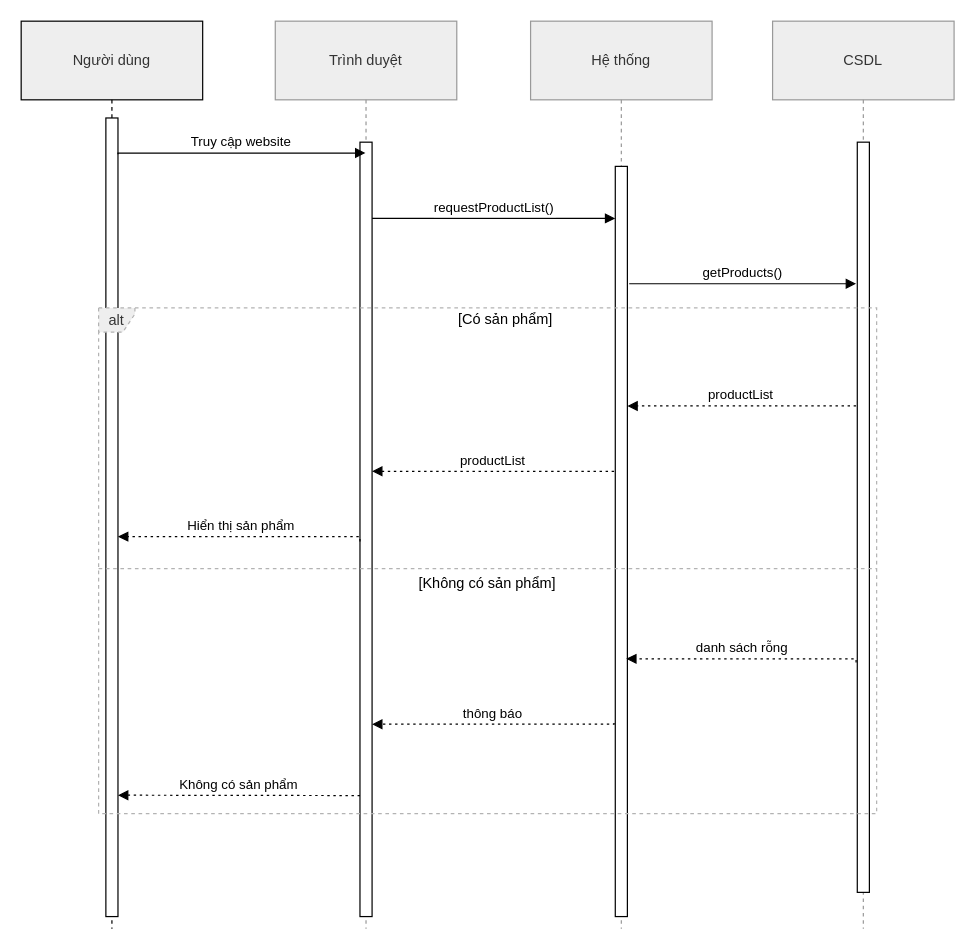
Above: page "Page-1" (1 of 2) of Untitled Diagram.drawio in HieuAI/THPTHTTTNT (draw.io), before the change. Source tidied: cells renumbered, new cells numbered last; positions are measured from the earlier drawing's top-left corner, leaving out a move shared by most shapes. Both pictures are drawn from the tidied source at 121%, with x=0, y=0 at pixel (21, 21).
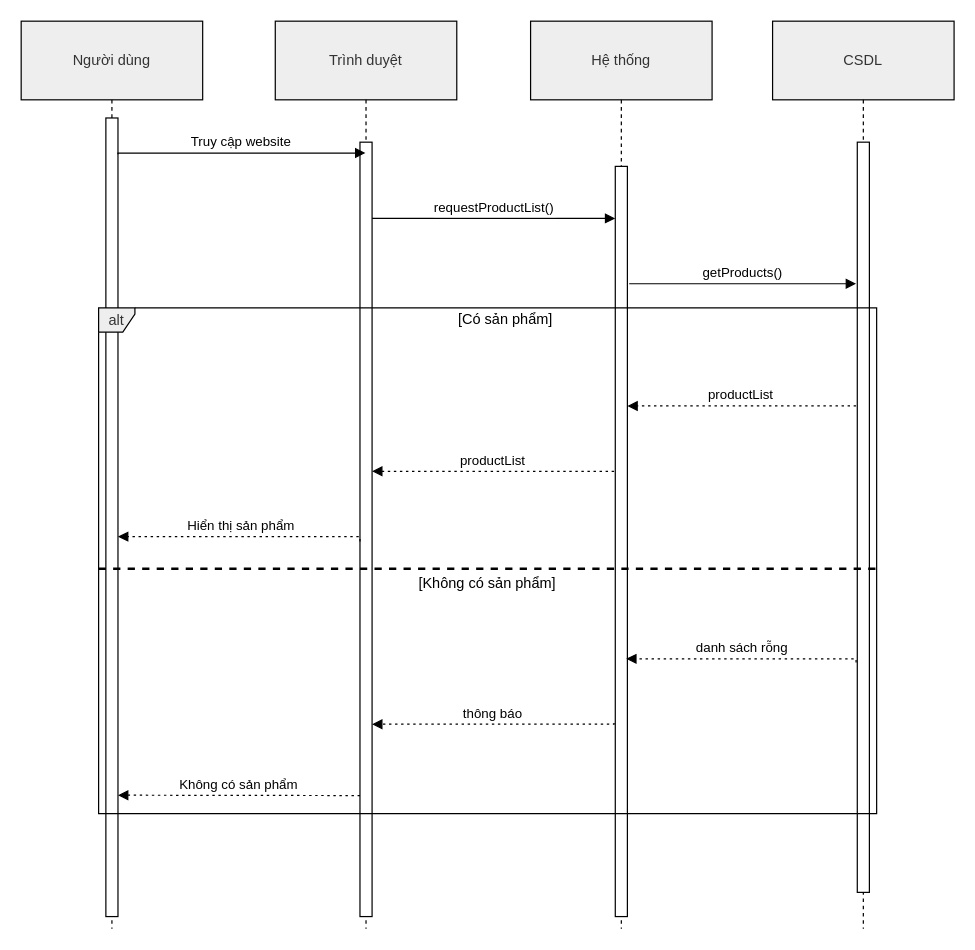
Above is the later version.

The edit, as a diff of the source:
```diff
@@
-    <mxCell id="2" value="Người dùng" style="shape=umlLifeline;perimeter=lifelinePerimeter;whiteSpace=wrap;newEdgeStyle={&quot;edgeStyle&quot;:&quot;elbowEdgeStyle&quot;,&quot;elbow&quot;:&quot;vertical&quot;,&quot;curved&quot;:0,&quot;rounded&quot;:0};size=65;fillColor=light-dark(#eeeeee,#1f2020);strokeColor=default;fontColor=light-dark(#333333,#cccccc);strokeWidth=1;" parent="1" vertex="1">
+    <mxCell id="2" value="Người dùng" style="shape=umlLifeline;perimeter=lifelinePerimeter;whiteSpace=wrap;newEdgeStyle={&quot;edgeStyle&quot;:&quot;elbowEdgeStyle&quot;,&quot;elbow&quot;:&quot;vertical&quot;,&quot;curved&quot;:0,&quot;rounded&quot;:0};size=65;fillColor=light-dark(#eeeeee,#1f2020);strokeColor=#000000;fontColor=light-dark(#333333,#cccccc);strokeWidth=1;" parent="1" vertex="1">
       <mxGeometry width="150" height="750" as="geometry" />
     </mxCell>
@@
-    <mxCell id="4" value="Trình duyệt" style="shape=umlLifeline;perimeter=lifelinePerimeter;whiteSpace=wrap;outlineConnect=0;portConstraint=eastwest;newEdgeStyle={&quot;edgeStyle&quot;:&quot;elbowEdgeStyle&quot;,&quot;elbow&quot;:&quot;vertical&quot;,&quot;curved&quot;:0,&quot;rounded&quot;:0};size=65;fillColor=light-dark(#eeeeee,#1f2020);strokeColor=light-dark(#999999,#cccccc);fontColor=light-dark(#333333,#cccccc);" parent="1" vertex="1">
+    <mxCell id="4" value="Trình duyệt" style="shape=umlLifeline;perimeter=lifelinePerimeter;whiteSpace=wrap;outlineConnect=0;portConstraint=eastwest;newEdgeStyle={&quot;edgeStyle&quot;:&quot;elbowEdgeStyle&quot;,&quot;elbow&quot;:&quot;vertical&quot;,&quot;curved&quot;:0,&quot;rounded&quot;:0};size=65;fillColor=light-dark(#eeeeee,#1f2020);strokeColor=light-dark(#000000,#CCCCCC);fontColor=light-dark(#333333,#cccccc);" parent="1" vertex="1">
       <mxGeometry x="210" width="150" height="750" as="geometry" />
     </mxCell>
@@
-    <mxCell id="6" value="Hệ thống" style="shape=umlLifeline;perimeter=lifelinePerimeter;whiteSpace=wrap;newEdgeStyle={&quot;edgeStyle&quot;:&quot;elbowEdgeStyle&quot;,&quot;elbow&quot;:&quot;vertical&quot;,&quot;curved&quot;:0,&quot;rounded&quot;:0};size=65;fillColor=light-dark(#eeeeee,#1f2020);strokeColor=light-dark(#999999,#cccccc);fontColor=light-dark(#333333,#cccccc);" parent="1" vertex="1">
+    <mxCell id="6" value="Hệ thống" style="shape=umlLifeline;perimeter=lifelinePerimeter;whiteSpace=wrap;newEdgeStyle={&quot;edgeStyle&quot;:&quot;elbowEdgeStyle&quot;,&quot;elbow&quot;:&quot;vertical&quot;,&quot;curved&quot;:0,&quot;rounded&quot;:0};size=65;fillColor=light-dark(#eeeeee,#1f2020);strokeColor=light-dark(#000000,#CCCCCC);fontColor=light-dark(#333333,#cccccc);" parent="1" vertex="1">
       <mxGeometry x="421" width="150" height="750" as="geometry" />
     </mxCell>
@@
-    <mxCell id="8" value="CSDL" style="shape=umlLifeline;perimeter=lifelinePerimeter;whiteSpace=wrap;newEdgeStyle={&quot;edgeStyle&quot;:&quot;elbowEdgeStyle&quot;,&quot;elbow&quot;:&quot;vertical&quot;,&quot;curved&quot;:0,&quot;rounded&quot;:0};size=65;fillColor=light-dark(#eeeeee,#1f2020);strokeColor=light-dark(#999999,#cccccc);fontColor=light-dark(#333333,#cccccc);" parent="1" vertex="1">
+    <mxCell id="8" value="CSDL" style="shape=umlLifeline;perimeter=lifelinePerimeter;whiteSpace=wrap;newEdgeStyle={&quot;edgeStyle&quot;:&quot;elbowEdgeStyle&quot;,&quot;elbow&quot;:&quot;vertical&quot;,&quot;curved&quot;:0,&quot;rounded&quot;:0};size=65;fillColor=light-dark(#eeeeee,#1f2020);strokeColor=light-dark(#000000,#CCCCCC);fontColor=light-dark(#333333,#cccccc);" parent="1" vertex="1">
       <mxGeometry x="621" width="150" height="750" as="geometry" />
     </mxCell>
@@
-    <mxCell id="10" value="alt" style="shape=umlFrame;dashed=1;strokeColor=#B3B3B3;height=20;width=30;fillColor=light-dark(#eeeeee,#1f2020);fontColor=light-dark(#333333,#cccccc);" parent="1" vertex="1">
+    <mxCell id="10" value="alt" style="shape=umlFrame;strokeColor=#000000;height=20;width=30;fillColor=light-dark(#eeeeee,#1f2020);fontColor=light-dark(#333333,#cccccc);" parent="1" vertex="1">
       <mxGeometry x="64" y="237" width="643" height="418" as="geometry" />
     </mxCell>
@@
-    <mxCell id="12" value="[Không có sản phẩm]" style="shape=line;dashed=1;whiteSpace=wrap;verticalAlign=top;labelPosition=center;verticalLabelPosition=middle;align=center;strokeColor=#B3B3B3;" parent="10" vertex="1">
+    <mxCell id="12" value="[Không có sản phẩm]" style="shape=line;dashed=1;whiteSpace=wrap;verticalAlign=top;labelPosition=center;verticalLabelPosition=middle;align=center;strokeColor=#000000;strokeWidth=2;" parent="10" vertex="1">
       <mxGeometry y="214" width="643" height="3" as="geometry" />
     </mxCell>
```
